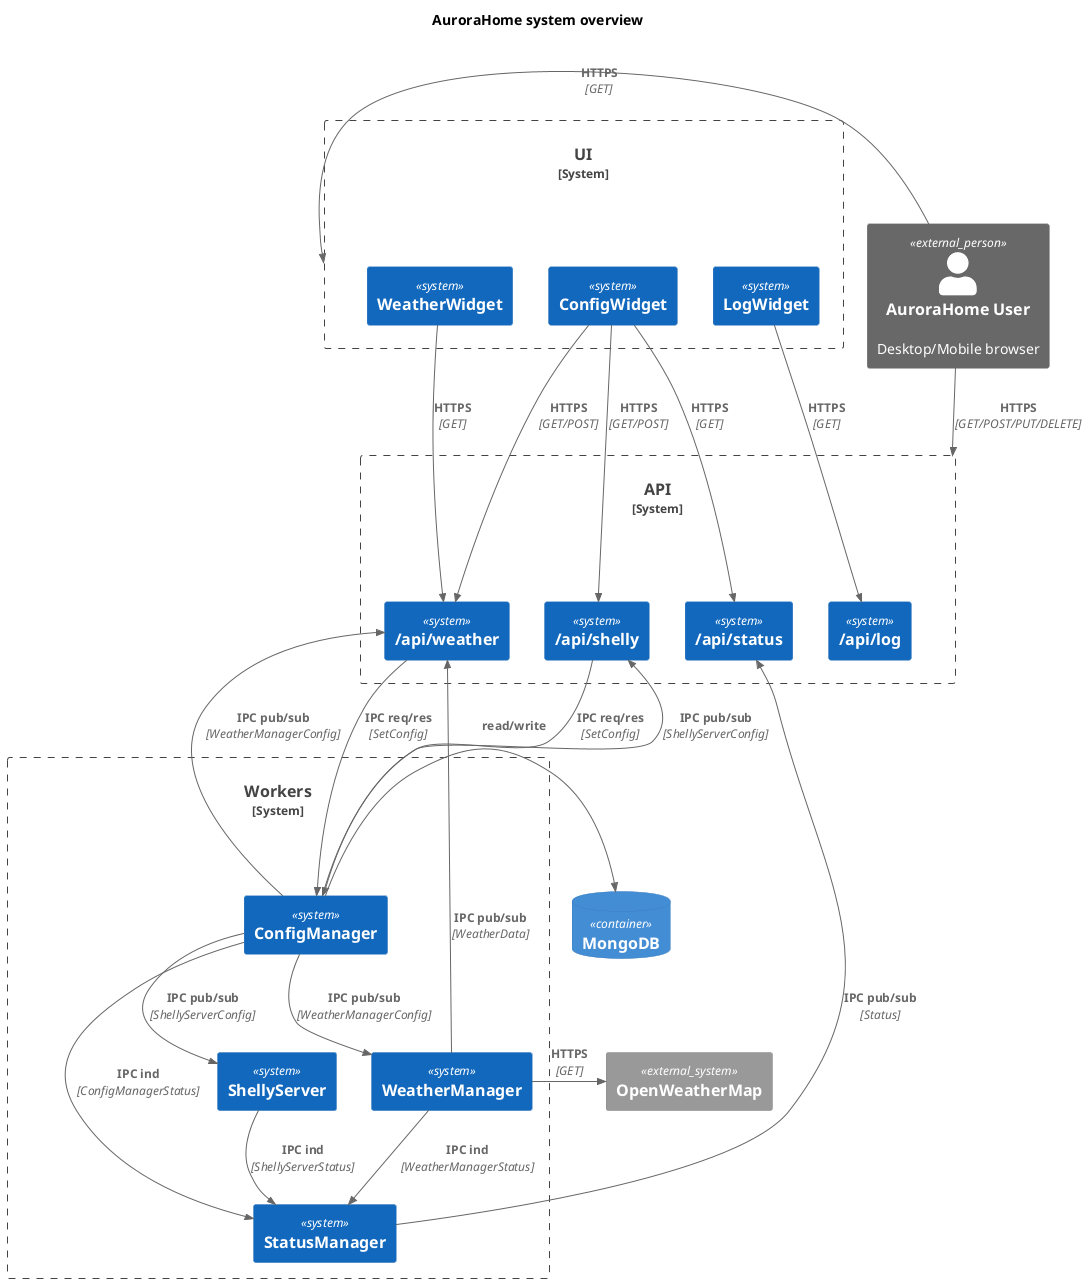
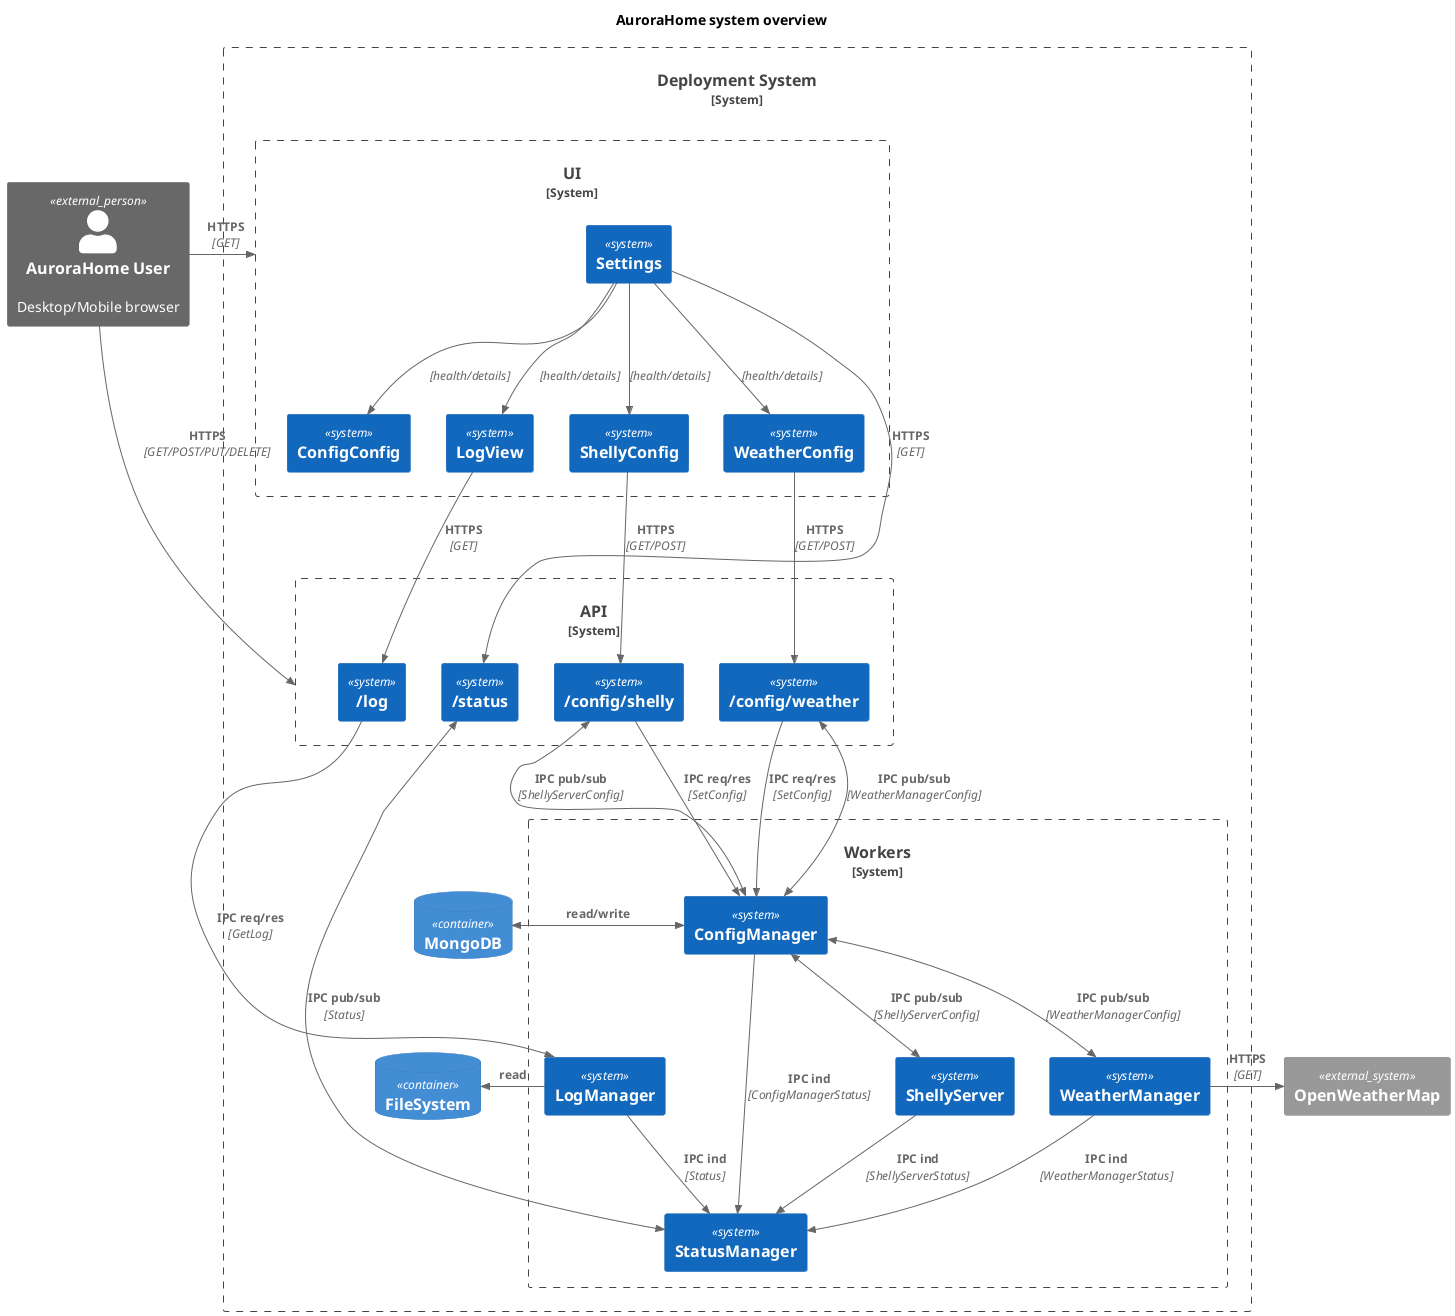
@startuml
!include <C4/C4_Container.puml>

title AuroraHome system overview

+ /'
+   External components
+ '/
Person_Ext(User, "AuroraHome User", "Desktop/Mobile browser")
System_Ext(OpenWeatherMap, "OpenWeatherMap", "")
- ContainerDb(MongoDb, "MongoDB", "")

- System_Boundary(Ui, "UI") {
-   System(ConfigWidget, "ConfigWidget", "")
-   System(WeatherWidget, "WeatherWidget", "")
-   System(LogWidget, "LogWidget", "")
+ /'
+   System components
+ '/
+ System_Boundary(DeploymentSystem, "Deployment System") {
+   ContainerDb(MongoDb, "MongoDB", "")
+   ContainerDb(FileSystem, "FileSystem", "")
+ 
+   System_Boundary(Ui, "UI") {
+     System(Settings, "Settings", "")
+     System(ConfigConfig, "ConfigConfig", "")
+     System(ShellyConfig, "ShellyConfig", "")
+     System(WeatherConfig, "WeatherConfig", "")
+     System(LogView, "LogView", "")
+   }
+ 
+   System_Boundary(Api, "API") {
+     System(StatusApi, "/status", "")
+     System(LogApi, "/log", "")
+     System(ConfigWeatherApi, "/config/weather", "")
+     System(ConfigShellyApi, "/config/shelly", "")
+   }
+ 
+   System_Boundary(Workers, "Workers") {
+     System(StatusManager, "StatusManager", "")
+     System(ConfigManager, "ConfigManager", "")
+     System(WeatherManager, "WeatherManager", "")
+     System(LogManager, "LogManager", "")
+     System(ShellyServer, "ShellyServer", "")
+   }
}

- System_Boundary(Api, "API") {
-   System(StatusApi, "/api/status", "")
-   System(WeatherApi, "/api/weather", "")
-   System(ShellyApi, "/api/shelly", "")
-   System(LogApi, "/api/log", "")
- }
+ /'
+   Connectors
+ '/
+ Rel_R(User, Api, "HTTPS", "GET/POST/PUT/DELETE")
+ Rel_R(User, Ui, "HTTPS", "GET")

- System_Boundary(Workers, "Workers") {
-   System(StatusManager, "StatusManager", "")
-   System(ConfigManager, "ConfigManager", "")
-   System(WeatherManager, "WeatherManager", "")
-   System(ShellyServer, "ShellyServer", "")
- }
+ Rel_D(Settings, ConfigConfig, "", "health/details")
+ Rel_D(Settings, ShellyConfig, "", "health/details")
+ Rel_D(Settings, WeatherConfig, "", "health/details")
+ Rel_D(Settings, LogView, "", "health/details")
+ Rel_D(Settings, StatusApi, "HTTPS", "GET")

- Rel_D(User, Api, "HTTPS", "GET/POST/PUT/DELETE")
- Rel_L(User, Ui, "HTTPS", "GET")
+ Rel_D(WeatherConfig, ConfigWeatherApi, "HTTPS", "GET/POST")
+ Rel_D(ShellyConfig, ConfigShellyApi, "HTTPS", "GET/POST")
+ Rel_D(LogView, LogApi, "HTTPS", "GET")

- Rel_D(ConfigWidget, StatusApi, "HTTPS", "GET")
- Rel_D(ConfigWidget, WeatherApi, "HTTPS", "GET/POST")
- Rel_D(WeatherWidget, WeatherApi, "HTTPS", "GET")
- Rel_D(ConfigWidget, ShellyApi, "HTTPS", "GET/POST")
- Rel_D(LogWidget, LogApi, "HTTPS", "GET")
- 
- Rel_U(WeatherManager, WeatherApi, "IPC pub/sub", "WeatherData")
- Rel_D(WeatherApi, ConfigManager, "IPC req/res", "SetConfig")
- Rel_D(ShellyApi, ConfigManager, "IPC req/res", "SetConfig")
- 
- Rel_D(ConfigManager, WeatherManager, "IPC pub/sub", "WeatherManagerConfig")
- Rel_U(ConfigManager, WeatherApi, "IPC pub/sub", "WeatherManagerConfig")
- Rel_D(ConfigManager, ShellyServer, "IPC pub/sub", "ShellyServerConfig")
- Rel_U(ConfigManager, ShellyApi, "IPC pub/sub", "ShellyServerConfig")
+ BiRel_U(StatusManager, StatusApi, "IPC pub/sub", "Status")
+ BiRel_U(ConfigManager, ConfigShellyApi, "IPC pub/sub", "ShellyServerConfig")
+ Rel_D(ConfigShellyApi, ConfigManager, "IPC req/res", "SetConfig")
+ BiRel_U(ConfigManager, ConfigWeatherApi, "IPC pub/sub", "WeatherManagerConfig")
+ Rel_D(ConfigWeatherApi, ConfigManager, "IPC req/res", "SetConfig")
+ Rel_D(LogApi, LogManager, "IPC req/res", "GetLog")

Rel_D(ConfigManager, StatusManager, "IPC ind", "ConfigManagerStatus")
Rel_D(WeatherManager, StatusManager, "IPC ind", "WeatherManagerStatus")
+ Rel_D(LogManager, StatusManager, "IPC ind", "Status")
Rel_D(ShellyServer, StatusManager, "IPC ind", "ShellyServerStatus")
- Rel_U(StatusManager, StatusApi, "IPC pub/sub", "Status")

- Rel_R(ConfigManager, MongoDb, "read/write")
+ BiRel_D(ConfigManager, WeatherManager, "IPC pub/sub", "WeatherManagerConfig")
+ BiRel_D(ConfigManager, ShellyServer, "IPC pub/sub", "ShellyServerConfig")
+ 
+ BiRel_R(ConfigManager, MongoDb, "read/write")
+ Rel_R(LogManager, FileSystem, "read")
Rel_R(WeatherManager, OpenWeatherMap, "HTTPS", "GET")

@enduml
